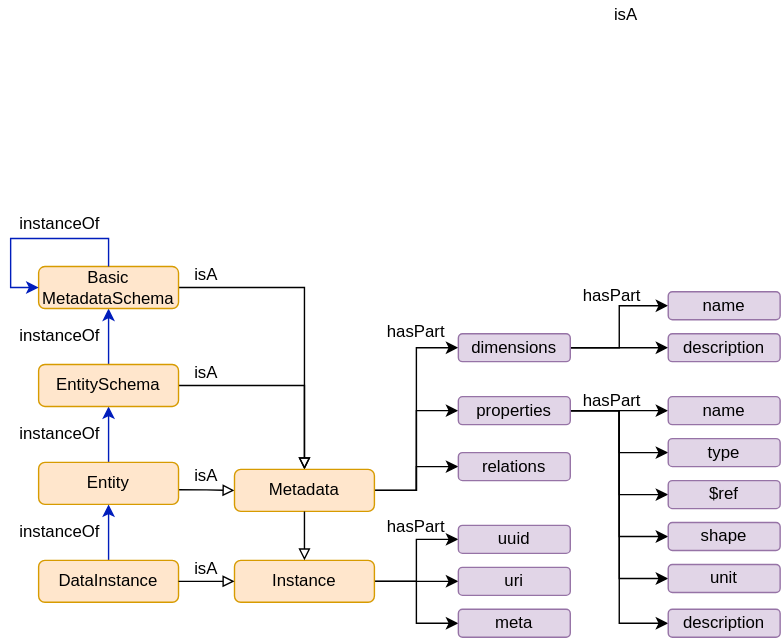
The draw.io diagram doc/figs/datamodel.svg in SINTEF/dlite, before a commit. Source tidied: cells renumbered, new cells last; positions are measured from the earlier drawing's top-left corner, leaving out a move shared by most shapes.
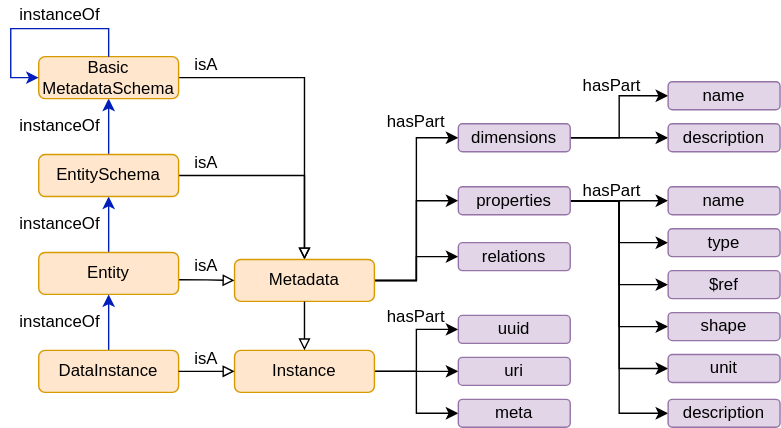
After the change.

Commit message:
Updated after review

Change to the diagram source:
```diff
@@ -47,9 +47,6 @@
     <mxCell id="16" value="instanceOf" style="text;html=1;strokeColor=none;fillColor=none;align=right;verticalAlign=middle;whiteSpace=wrap;rounded=0;" parent="1" vertex="1">
       <mxGeometry x="26" y="370" width="40" height="20" as="geometry" />
     </mxCell>
-    <mxCell id="17" value="isA" style="text;html=1;strokeColor=none;fillColor=none;align=center;verticalAlign=middle;whiteSpace=wrap;rounded=0;" parent="1" vertex="1">
-      <mxGeometry x="420" width="40" height="20" as="geometry" />
-    </mxCell>
     <mxCell id="18" value="isA" style="text;html=1;strokeColor=none;fillColor=none;align=center;verticalAlign=middle;whiteSpace=wrap;rounded=0;" parent="1" vertex="1">
       <mxGeometry x="120" y="396" width="40" height="20" as="geometry" />
     </mxCell>
```
